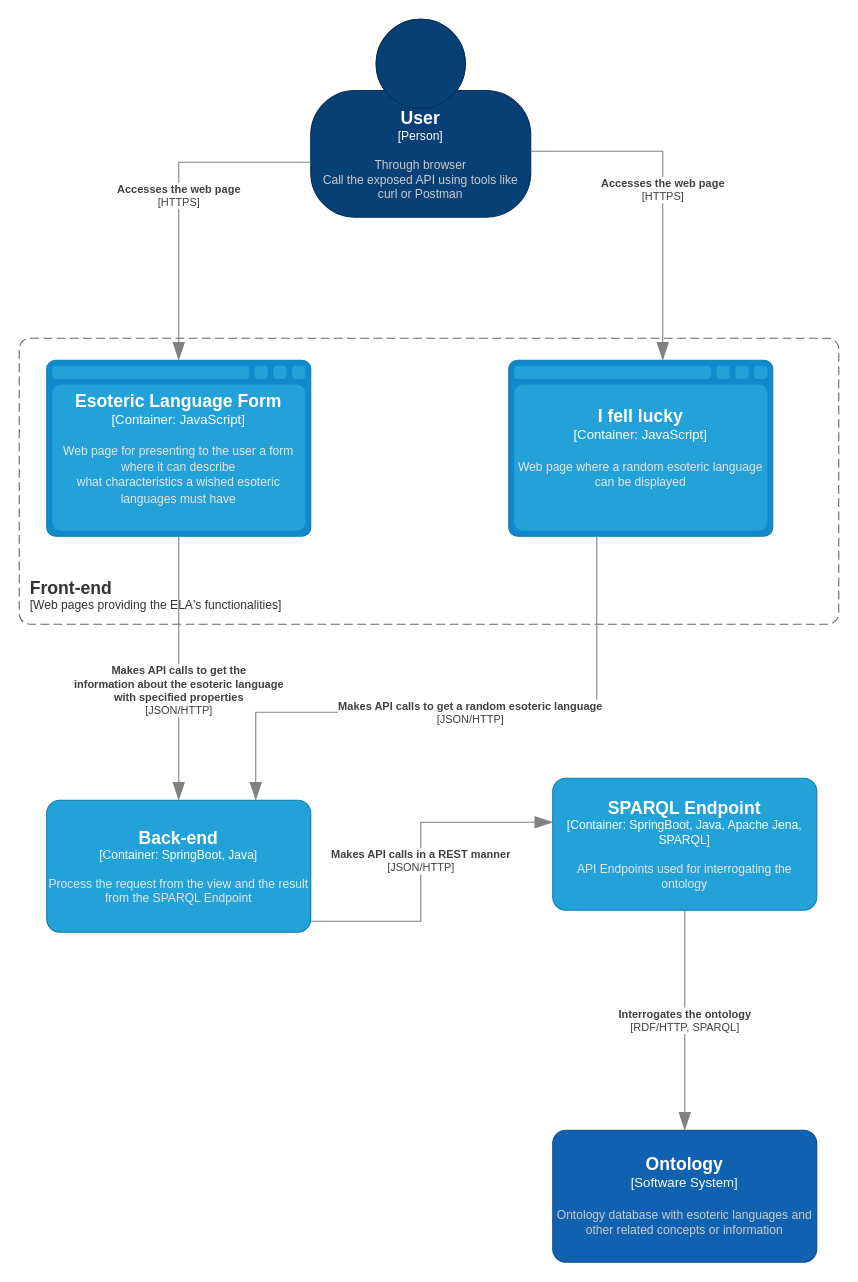
Before: documentation/diagrams/sources/c4_third_level.drawio in RiZZeR99/RiZZeR99.WADeEsotericLanguage.github.io, a draw.io diagram. Source tidied: cells renumbered, new cells numbered last; positions are measured from the earlier drawing's top-left corner, leaving out a move shared by most shapes. Both pictures are drawn from the tidied source at 110%, with x=0, y=0 at pixel (19, 19).
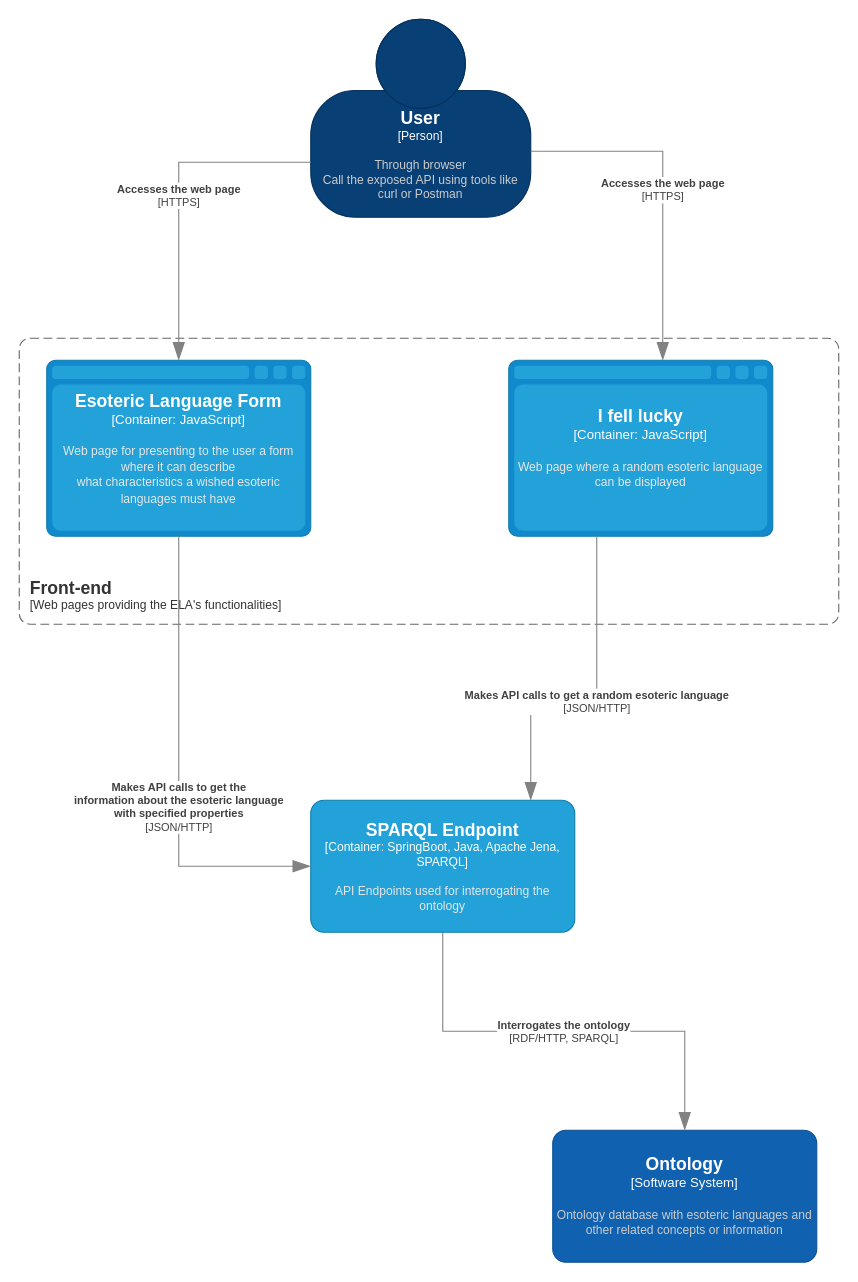
The same page after the edit.

Unchanged cells that the change refers to:
```xml
<object id="4" label="&lt;font style=&quot;font-size: 16px&quot;&gt;&lt;b&gt;%c4Type%&lt;/b&gt;&lt;/font&gt;&lt;div&gt;[%c4Container%:&amp;nbsp;%c4Technology%]&lt;/div&gt;&lt;br&gt;&lt;div&gt;&lt;font style=&quot;font-size: 11px&quot;&gt;&lt;font color=&quot;#E6E6E6&quot;&gt;%c4Description%&lt;/font&gt;&lt;/div&gt;" c4Container="Container" c4Description="Web page for presenting to the user a form where it can describe&#10;what characteristics a wished esoteric languages must have" c4Technology="JavaScript" c4Type="Esoteric Language Form" placeholders="1">
  <mxCell style="shape=mxgraph.c4.webBrowserContainer2;whiteSpace=wrap;html=1;boundedLbl=1;rounded=0;labelBackgroundColor=none;strokeColor=#118ACD;fillColor=#23A2D9;strokeColor=#118ACD;strokeColor2=#0E7DAD;fontSize=12;fontColor=#ffffff;align=center;points=[[0.5,0,0],[1,0.25,0],[1,0.5,0],[1,0.75,0],[0.5,1,0],[0,0.75,0],[0,0.5,0],[0,0.25,0]];" parent="1" vertex="1">
    <mxGeometry x="25" y="310" width="240" height="160" as="geometry" />
  </mxCell>
</object>
<object id="5" label="&lt;font style=&quot;font-size: 16px&quot;&gt;&lt;b&gt;%c4Type%&lt;/b&gt;&lt;/font&gt;&lt;div&gt;[%c4Container%:&amp;nbsp;%c4Technology%]&lt;/div&gt;&lt;br&gt;&lt;div&gt;&lt;font style=&quot;font-size: 11px&quot;&gt;&lt;font color=&quot;#E6E6E6&quot;&gt;%c4Description%&lt;/font&gt;&lt;/div&gt;" c4Container="Container" c4Description="Web page where a random esoteric language can be displayed" c4Technology="JavaScript" c4Type="I fell lucky" placeholders="1">
  <mxCell style="shape=mxgraph.c4.webBrowserContainer2;whiteSpace=wrap;html=1;boundedLbl=1;rounded=0;labelBackgroundColor=none;strokeColor=#118ACD;fillColor=#23A2D9;strokeColor=#118ACD;strokeColor2=#0E7DAD;fontSize=12;fontColor=#ffffff;align=center;points=[[0.5,0,0],[1,0.25,0],[1,0.5,0],[1,0.75,0],[0.5,1,0],[0,0.75,0],[0,0.5,0],[0,0.25,0]];" parent="1" vertex="1">
    <mxGeometry x="445" y="310" width="240" height="160" as="geometry" />
  </mxCell>
</object>
```

The edit, as a diff of the source:
```diff
@@
-    <object id="9" label="&lt;font style=&quot;font-size: 16px&quot;&gt;&lt;b&gt;%c4Name%&lt;/b&gt;&lt;/font&gt;&lt;div&gt;[%c4Type%: %c4Technology%]&lt;/div&gt;&lt;br&gt;&lt;div&gt;&lt;font style=&quot;font-size: 11px&quot;&gt;&lt;font color=&quot;#E6E6E6&quot;&gt;%c4Description%&lt;/font&gt;&lt;/div&gt;" c4Description="Process the request from the view and the result from the SPARQL Endpoint" c4Name="Back-end" c4Technology="SpringBoot, Java" c4Type="Container" placeholders="1">
-      <mxCell style="rounded=1;whiteSpace=wrap;html=1;fontSize=11;labelBackgroundColor=none;fillColor=#23A2D9;fontColor=#ffffff;align=center;arcSize=10;strokeColor=#0E7DAD;points=[[0.25,0,0],[0.5,0,0],[0.75,0,0],[1,0.25,0],[1,0.5,0],[1,0.75,0],[0.75,1,0],[0.5,1,0],[0.25,1,0],[0,0.75,0],[0,0.5,0],[0,0.25,0]];" parent="1" vertex="1">
-        <mxGeometry x="25" y="710" width="240" height="120" as="geometry" />
-      </mxCell>
-    </object>
@@
-    <object id="11" label="&lt;div style=&quot;text-align: left&quot;&gt;&lt;div style=&quot;text-align: center&quot;&gt;&lt;b&gt;%c4Description%&lt;/b&gt;&lt;/div&gt;&lt;div style=&quot;text-align: center&quot;&gt;[%c4Technology%]&lt;/div&gt;&lt;/div&gt;" c4Description="Makes API calls in a REST manner" c4Technology="JSON/HTTP" placeholders="1">
-      <mxCell style="endArrow=blockThin;html=1;fontSize=10;fontColor=#404040;strokeWidth=1;endFill=1;strokeColor=#828282;elbow=vertical;endSize=14;startSize=14;jumpStyle=arc;jumpSize=16;rounded=0;edgeStyle=orthogonalEdgeStyle;" parent="1" edge="1" source="9" target="12">
-        <mxGeometry relative="1" as="geometry">
-          <Array as="points">
-            <mxPoint x="365" y="820" />
-            <mxPoint x="365" y="730" />
-          </Array>
-        </mxGeometry>
-      </mxCell>
-    </object>
     <object id="12" label="&lt;font style=&quot;font-size: 16px&quot;&gt;&lt;b&gt;%c4Name%&lt;/b&gt;&lt;/font&gt;&lt;div&gt;[%c4Type%: %c4Technology%]&lt;/div&gt;&lt;br&gt;&lt;div&gt;&lt;font style=&quot;font-size: 11px&quot;&gt;&lt;font color=&quot;#E6E6E6&quot;&gt;%c4Description%&lt;/font&gt;&lt;/div&gt;" c4Description="API Endpoints used for interrogating the ontology" c4Name="SPARQL Endpoint" c4Technology="SpringBoot, Java, Apache Jena, SPARQL" c4Type="Container" placeholders="1">
       <mxCell style="rounded=1;whiteSpace=wrap;html=1;fontSize=11;labelBackgroundColor=none;fillColor=#23A2D9;fontColor=#ffffff;align=center;arcSize=10;strokeColor=#0E7DAD;points=[[0.25,0,0],[0.5,0,0],[0.75,0,0],[1,0.25,0],[1,0.5,0],[1,0.75,0],[0.75,1,0],[0.5,1,0],[0.25,1,0],[0,0.75,0],[0,0.5,0],[0,0.25,0]];" parent="1" vertex="1">
-        <mxGeometry x="485" y="690" width="240" height="120" as="geometry" />
+        <mxGeometry x="265" y="710" width="240" height="120" as="geometry" />
       </mxCell>
     </object>
     <object id="13" label="&lt;div style=&quot;text-align: left&quot;&gt;&lt;div style=&quot;text-align: center&quot;&gt;&lt;b&gt;%c4Description%&lt;/b&gt;&lt;/div&gt;&lt;div style=&quot;text-align: center&quot;&gt;[%c4Technology%]&lt;/div&gt;&lt;/div&gt;" c4Description="Makes API calls to get the &#10;information about the esoteric language&#10;with specified properties" c4Technology="JSON/HTTP" placeholders="1">
-      <mxCell style="endArrow=blockThin;html=1;fontSize=10;fontColor=#404040;strokeWidth=1;endFill=1;strokeColor=#828282;elbow=vertical;endSize=14;startSize=14;jumpStyle=arc;jumpSize=16;rounded=0;edgeStyle=orthogonalEdgeStyle;" parent="1" edge="1" source="4" target="9">
-        <mxGeometry x="0.17" relative="1" as="geometry" />
+      <mxCell style="endArrow=blockThin;html=1;fontSize=10;fontColor=#404040;strokeWidth=1;endFill=1;strokeColor=#828282;elbow=vertical;endSize=14;startSize=14;jumpStyle=arc;jumpSize=16;rounded=0;edgeStyle=orthogonalEdgeStyle;" parent="1" edge="1" source="4" target="12">
+        <mxGeometry x="0.17" relative="1" as="geometry">
+          <Array as="points">
+            <mxPoint x="145" y="770" />
+          </Array>
+        </mxGeometry>
       </mxCell>
     </object>
     <object id="14" label="&lt;div style=&quot;text-align: left&quot;&gt;&lt;div style=&quot;text-align: center&quot;&gt;&lt;b&gt;%c4Description%&lt;/b&gt;&lt;/div&gt;&lt;div style=&quot;text-align: center&quot;&gt;[%c4Technology%]&lt;/div&gt;&lt;/div&gt;" c4Description="Makes API calls to get a random esoteric language" c4Technology="JSON/HTTP" placeholders="1">
-      <mxCell style="endArrow=blockThin;html=1;fontSize=10;fontColor=#404040;strokeWidth=1;endFill=1;strokeColor=#828282;elbow=vertical;endSize=14;startSize=14;jumpStyle=arc;jumpSize=16;rounded=0;edgeStyle=orthogonalEdgeStyle;" parent="1" edge="1" source="5" target="9">
+      <mxCell style="endArrow=blockThin;html=1;fontSize=10;fontColor=#404040;strokeWidth=1;endFill=1;strokeColor=#828282;elbow=vertical;endSize=14;startSize=14;jumpStyle=arc;jumpSize=16;rounded=0;edgeStyle=orthogonalEdgeStyle;" parent="1" edge="1" source="5" target="12">
         <mxGeometry relative="1" as="geometry">
           <Array as="points">
             <mxPoint x="525" y="630" />
-            <mxPoint x="215" y="630" />
+            <mxPoint x="465" y="630" />
           </Array>
         </mxGeometry>
       </mxCell>
     </object>
```
